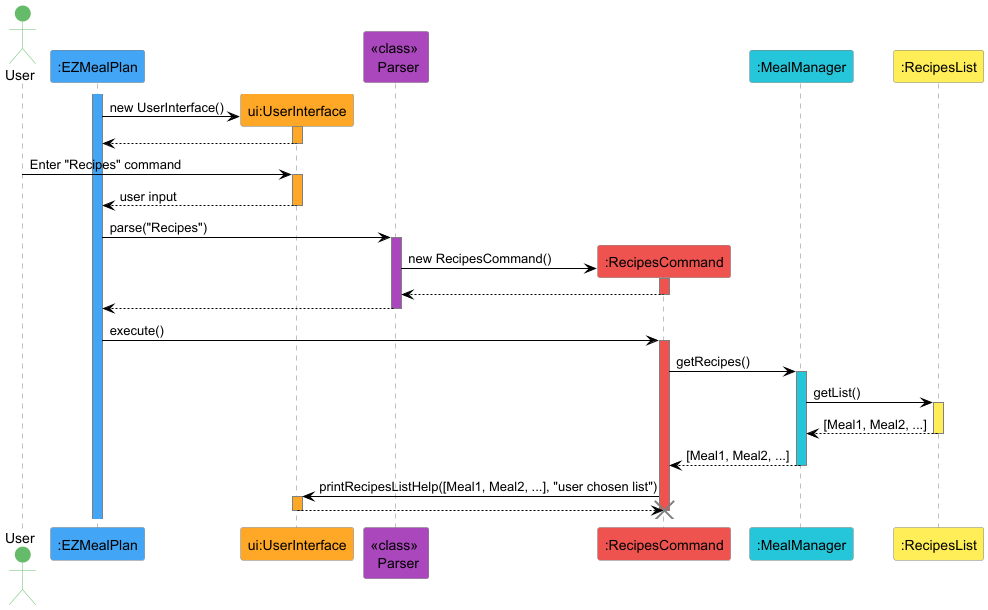
This is docs/diagrams/RecipesCommand.png from wentuoc/tp, a PlantUML export, as it was before one commit.
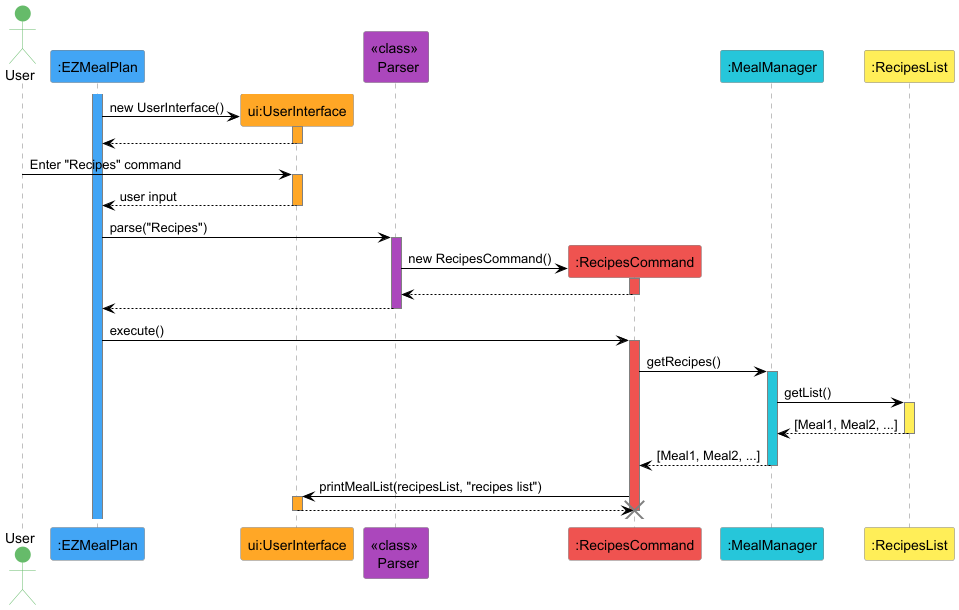
After the commit.

Commit message:
change corret method name

What changed in the source:
```diff
@@ -57,7 +57,7 @@
 MM --> MC: [Meal1, Meal2, ...]
 deactivate MM
 
-MC -> UI: printRecipesListHelp([Meal1, Meal2, ...], "user chosen list")
+MC -> UI: printMealList(recipesList, "recipes list")
 activate UI #FFA726
 UI --> MC
 deactivate UI
```
